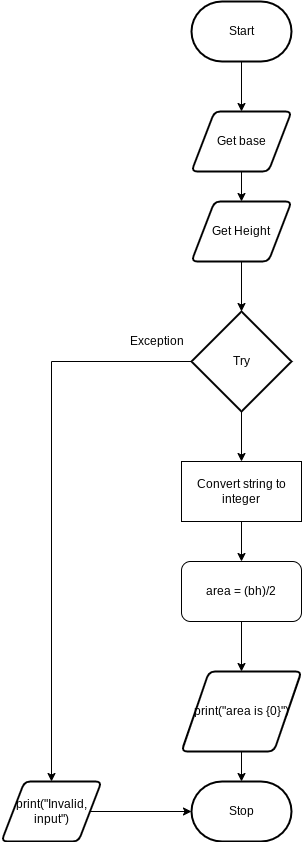
Above: flowchart.png in Huzaifa-Khalid-2/ICS3U-Unit5-02-Python (draw.io), before the change. Source tidied: cells renumbered, new cells last; positions are measured from the earlier drawing's top-left corner, leaving out a move shared by most shapes.
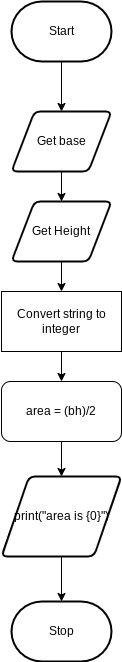
After the commit.

The edit, as a diff of the source:
```diff
@@ -16,60 +16,32 @@
     <mxCell id="5" value="Get base" style="shape=parallelogram;html=1;strokeWidth=2;perimeter=parallelogramPerimeter;whiteSpace=wrap;rounded=1;arcSize=12;size=0.23;" parent="1" vertex="1">
       <mxGeometry x="190" y="110" width="100" height="60" as="geometry" />
     </mxCell>
-    <mxCell id="6" style="edgeStyle=none;html=1;" parent="1" edge="1" source="7">
-      <mxGeometry relative="1" as="geometry">
-        <mxPoint x="240" y="310" as="targetPoint" />
-      </mxGeometry>
-    </mxCell>
+    <mxCell id="21" style="edgeStyle=none;html=1;entryX=0.5;entryY=0;entryDx=0;entryDy=0;" parent="1" edge="1" source="7" target="15">
+      <mxGeometry relative="1" as="geometry" />
+    </mxCell>
     <mxCell id="7" value="Get Height" style="shape=parallelogram;html=1;strokeWidth=2;perimeter=parallelogramPerimeter;whiteSpace=wrap;rounded=1;arcSize=12;size=0.23;" parent="1" vertex="1">
       <mxGeometry x="190" y="200" width="100" height="60" as="geometry" />
     </mxCell>
-    <mxCell id="8" style="edgeStyle=orthogonalEdgeStyle;html=1;rounded=0;entryX=0.5;entryY=0;entryDx=0;entryDy=0;" parent="1" edge="1" source="10" target="13">
-      <mxGeometry relative="1" as="geometry" />
-    </mxCell>
-    <mxCell id="9" style="edgeStyle=orthogonalEdgeStyle;rounded=0;html=1;" parent="1" edge="1" source="10">
-      <mxGeometry relative="1" as="geometry">
-        <mxPoint x="240" y="460" as="targetPoint" />
-      </mxGeometry>
-    </mxCell>
-    <mxCell id="10" value="Try" style="strokeWidth=2;html=1;shape=mxgraph.flowchart.decision;whiteSpace=wrap;" parent="1" vertex="1">
-      <mxGeometry x="190" y="310" width="100" height="100" as="geometry" />
-    </mxCell>
-    <mxCell id="11" value="Exception" style="text;html=1;align=center;verticalAlign=middle;strokeColor=none;fillColor=none;" parent="1" vertex="1">
-      <mxGeometry x="120" y="330" width="70" height="20" as="geometry" />
-    </mxCell>
-    <mxCell id="12" style="edgeStyle=orthogonalEdgeStyle;rounded=0;html=1;entryX=0;entryY=0.5;entryDx=0;entryDy=0;entryPerimeter=0;" parent="1" edge="1" source="13" target="20">
-      <mxGeometry relative="1" as="geometry" />
-    </mxCell>
-    <mxCell id="13" value="print(&quot;Invalid, input&quot;)" style="shape=parallelogram;html=1;strokeWidth=2;perimeter=parallelogramPerimeter;whiteSpace=wrap;rounded=1;arcSize=12;size=0.23;" parent="1" vertex="1">
-      <mxGeometry y="780" width="100" height="60" as="geometry" />
-    </mxCell>
-    <mxCell id="14" style="edgeStyle=orthogonalEdgeStyle;rounded=0;html=1;" parent="1" edge="1" source="15">
-      <mxGeometry relative="1" as="geometry">
-        <mxPoint x="240" y="560" as="targetPoint" />
-      </mxGeometry>
-    </mxCell>
+    <mxCell id="22" style="edgeStyle=none;html=1;entryX=0.5;entryY=0;entryDx=0;entryDy=0;" parent="1" edge="1" source="15" target="17">
+      <mxGeometry relative="1" as="geometry" />
+    </mxCell>
     <mxCell id="15" value="Convert string to integer" style="rounded=0;whiteSpace=wrap;html=1;" parent="1" vertex="1">
-      <mxGeometry x="180" y="460" width="120" height="60" as="geometry" />
+      <mxGeometry x="180" y="290" width="120" height="60" as="geometry" />
     </mxCell>
-    <mxCell id="16" style="edgeStyle=orthogonalEdgeStyle;rounded=0;html=1;" parent="1" edge="1" source="17">
-      <mxGeometry relative="1" as="geometry">
-        <mxPoint x="240" y="670" as="targetPoint" />
-      </mxGeometry>
-    </mxCell>
+    <mxCell id="23" style="edgeStyle=none;html=1;" parent="1" edge="1" source="17" target="19">
+      <mxGeometry relative="1" as="geometry" />
+    </mxCell>
     <mxCell id="17" value="area = (bh)/2" style="rounded=1;whiteSpace=wrap;html=1;" parent="1" vertex="1">
-      <mxGeometry x="180" y="560" width="120" height="60" as="geometry" />
+      <mxGeometry x="180" y="380" width="120" height="60" as="geometry" />
     </mxCell>
-    <mxCell id="18" style="edgeStyle=orthogonalEdgeStyle;rounded=0;html=1;" parent="1" edge="1" source="19">
-      <mxGeometry relative="1" as="geometry">
-        <mxPoint x="240" y="780" as="targetPoint" />
-      </mxGeometry>
-    </mxCell>
+    <mxCell id="24" style="edgeStyle=none;html=1;" parent="1" edge="1" source="19" target="20">
+      <mxGeometry relative="1" as="geometry" />
+    </mxCell>
     <mxCell id="19" value="print(&quot;area is {0}&quot;)" style="shape=parallelogram;html=1;strokeWidth=2;perimeter=parallelogramPerimeter;whiteSpace=wrap;rounded=1;arcSize=12;size=0.23;" parent="1" vertex="1">
-      <mxGeometry x="180" y="670" width="120" height="80" as="geometry" />
+      <mxGeometry x="180" y="475" width="120" height="80" as="geometry" />
     </mxCell>
     <mxCell id="20" value="Stop" style="strokeWidth=2;html=1;shape=mxgraph.flowchart.terminator;whiteSpace=wrap;" parent="1" vertex="1">
-      <mxGeometry x="190" y="780" width="100" height="60" as="geometry" />
+      <mxGeometry x="190" y="600" width="100" height="60" as="geometry" />
     </mxCell>
   </root>
 </mxGraphModel>
```
